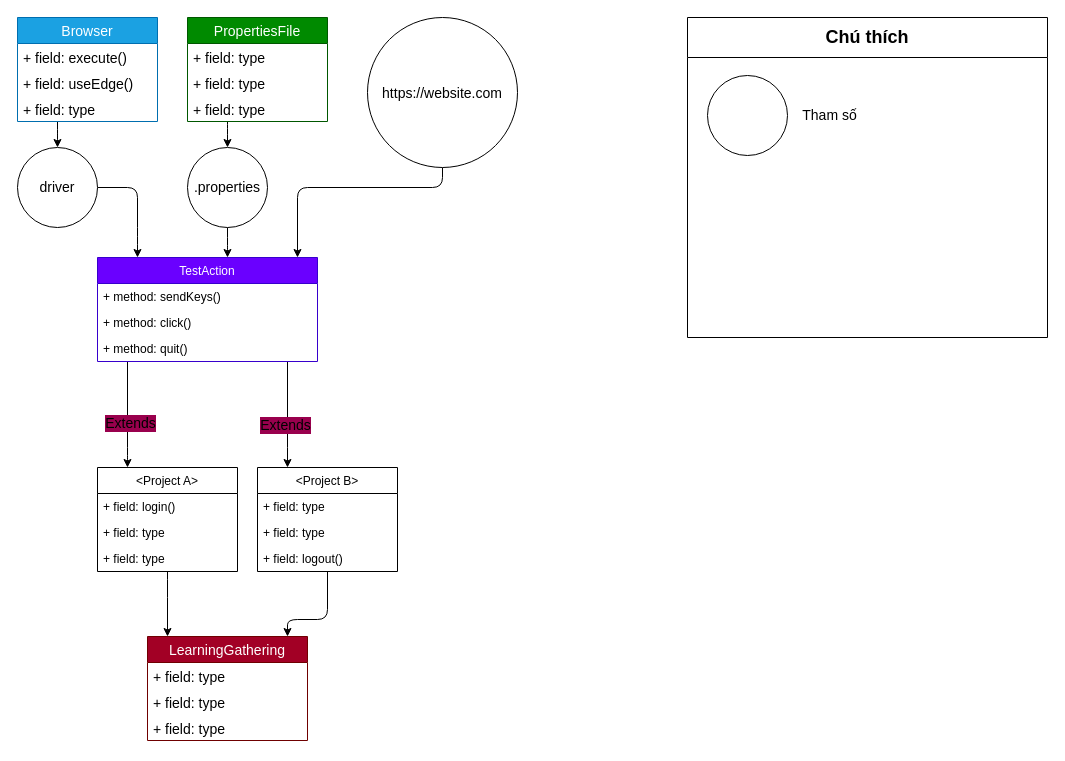
Earlier version of the draw.io diagram src/main/java/org/example/projectStructure.drawio (DoHuy5360/AutomationTest_Maven). Source tidied: cells renumbered, new cells numbered last; positions are measured from the earlier drawing's top-left corner, leaving out a move shared by most shapes. Both pictures are drawn from the tidied source at 100%, with x=0, y=0 at pixel (17, 17).
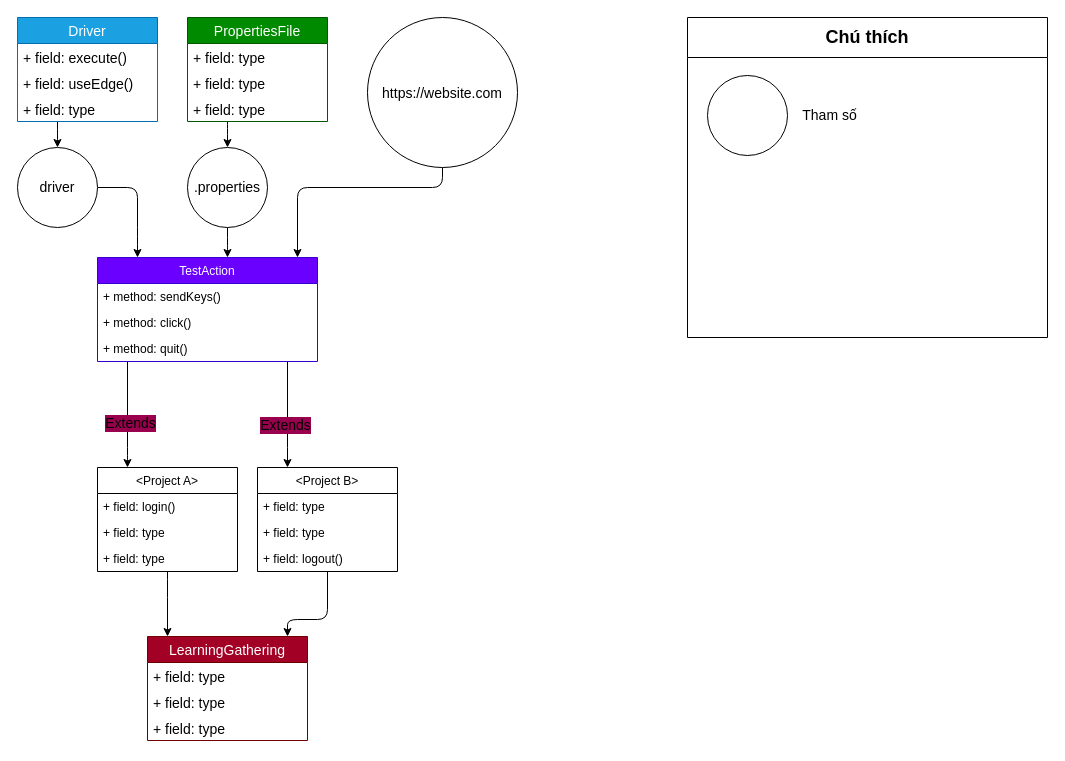
Above is the later version.

The edit, as a diff of the source:
```diff
@@
-    <mxCell id="21" value="Browser" style="swimlane;fontStyle=0;horizontal=1;startSize=26;fillColor=#1ba1e2;fontSize=14;fontColor=#ffffff;strokeColor=#006EAF;swimlaneFillColor=default;" parent="1" vertex="1">
+    <mxCell id="21" value="Driver" style="swimlane;fontStyle=0;horizontal=1;startSize=26;fillColor=#1ba1e2;fontSize=14;fontColor=#ffffff;strokeColor=#006EAF;swimlaneFillColor=default;" parent="1" vertex="1">
       <mxGeometry width="140" height="104" as="geometry" />
     </mxCell>
```
